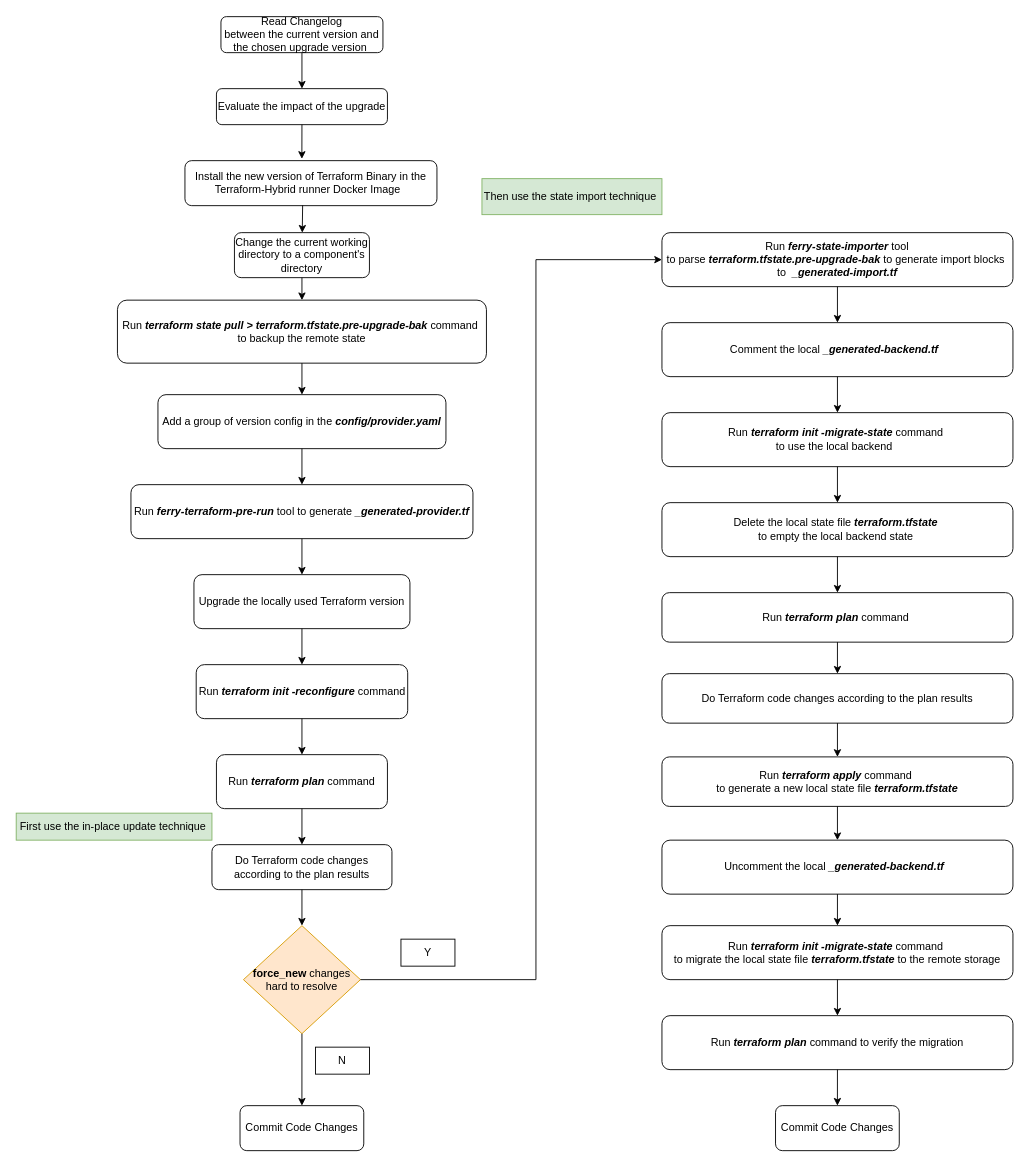
Earlier version of the draw.io diagram page "terraform-upgrade-steps" (3 of 4) of terraform-version-chosen-strategy.drawio (YanshanSong/draw.io). Source tidied: cells renumbered, new cells numbered last; positions are measured from the earlier drawing's top-left corner, leaving out a move shared by most shapes. Both pictures are drawn from the tidied source at 90%, with x=0, y=0 at pixel (15, 16).
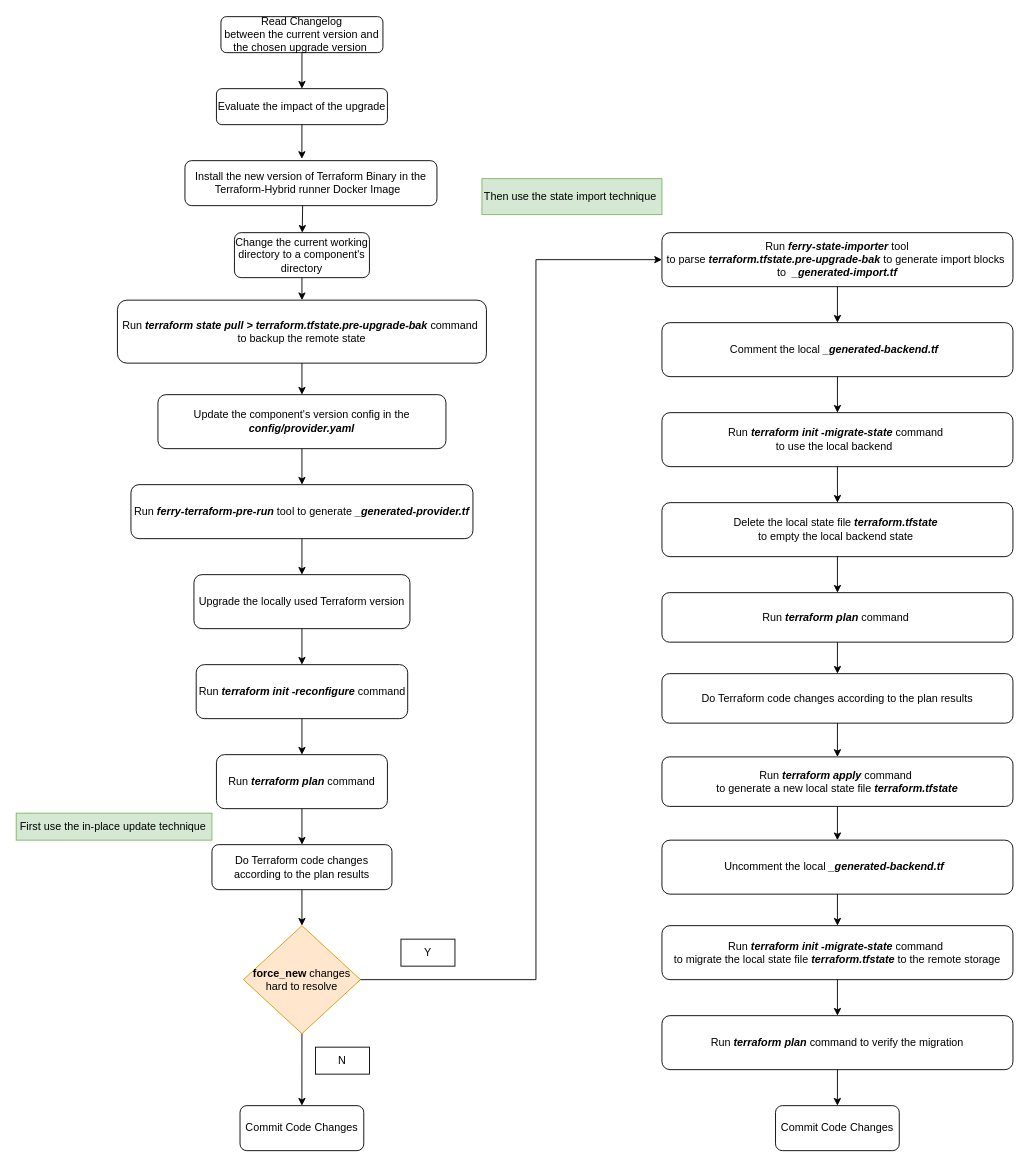
The same diagram, later.

The edit, as a diff of the source:
```diff
@@
-    <mxCell id="4" value="Add a group of version config in the &lt;b&gt;&lt;i&gt;config/provider.yaml&lt;/i&gt;&lt;/b&gt;" style="rounded=1;whiteSpace=wrap;html=1;" parent="1" vertex="1">
+    <mxCell id="4" value="Update the component's version config in the &lt;b&gt;&lt;i&gt;config/provider.yaml&lt;/i&gt;&lt;/b&gt;" style="rounded=1;whiteSpace=wrap;html=1;" parent="1" vertex="1">
       <mxGeometry x="158" y="420" width="320" height="60" as="geometry" />
     </mxCell>
```
